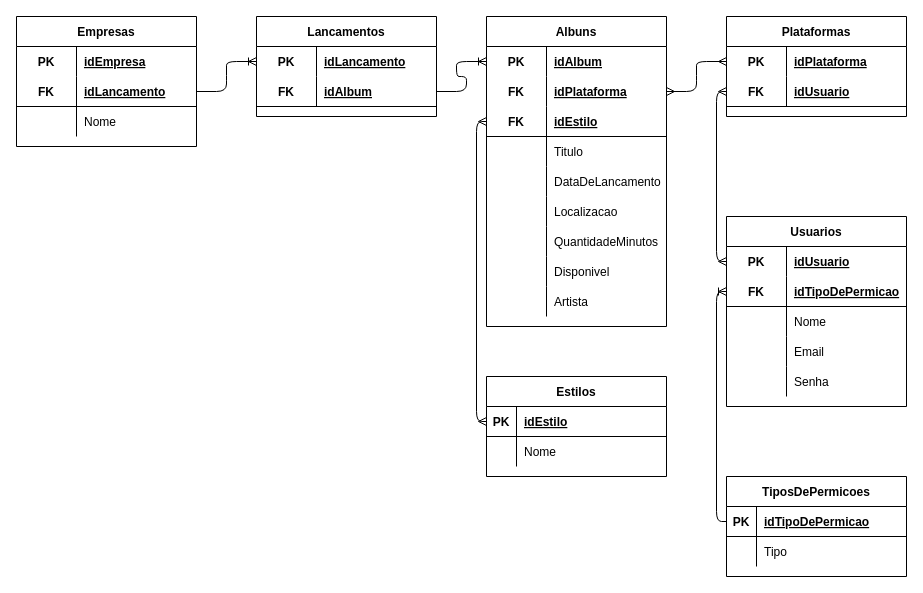
The draw.io diagram page "logico" (2 of 2) of exercicios/1.4-exercicio-optus/1.4-exercicio-optus.drawio in Pedro-B-Alves/senai_sprint1_bd, before the edit. Source tidied: cells renumbered, new cells numbered last; positions are measured from the earlier drawing's top-left corner, leaving out a move shared by most shapes. Both pictures are drawn from the tidied source at 100%, with x=0, y=0 at pixel (16, 16).
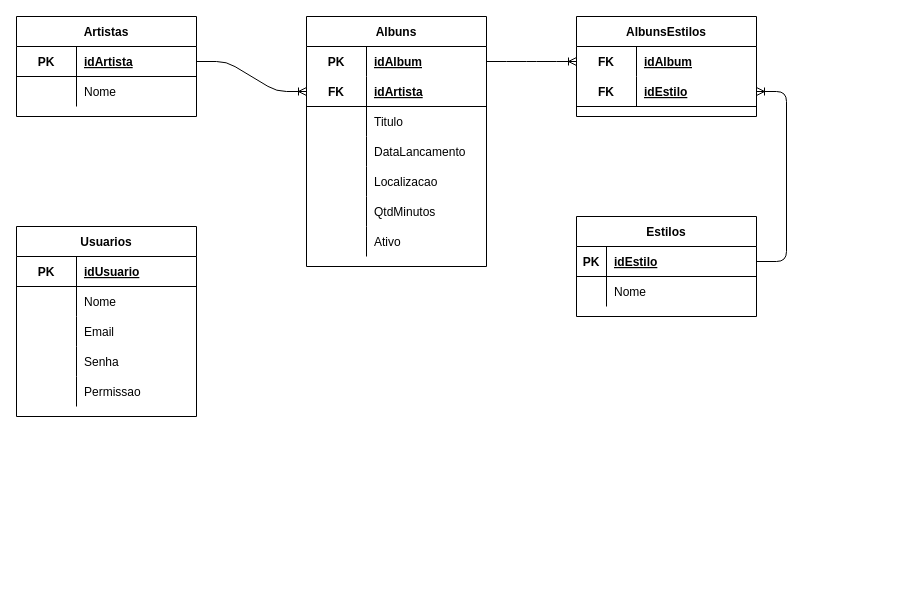
The same page after the edit.

Unchanged cells that the change refers to:
```xml
<mxCell id="21" style="shape=partialRectangle;fillColor=none;top=0;left=0;bottom=0;right=0;points=[[0,0.5],[1,0.5]];portConstraint=eastwest;" parent="20" vertex="1">
  <mxGeometry y="30" width="180" height="30" as="geometry" />
</mxCell>
<mxCell id="50" style="shape=partialRectangle;fillColor=none;top=0;left=0;bottom=1;right=0;points=[[0,0.5],[1,0.5]];portConstraint=eastwest;" parent="49" vertex="1">
  <mxGeometry y="30" width="180" height="30" as="geometry" />
</mxCell>
<mxCell id="58" style="shape=partialRectangle;fillColor=none;top=0;left=0;bottom=0;right=0;points=[[0,0.5],[1,0.5]];portConstraint=eastwest;" parent="57" vertex="1">
  <mxGeometry y="30" width="180" height="30" as="geometry" />
</mxCell>
<mxCell id="61" style="shape=partialRectangle;fillColor=none;top=0;left=0;bottom=1;right=0;points=[[0,0.5],[1,0.5]];portConstraint=eastwest;" parent="57" vertex="1">
  <mxGeometry y="60" width="180" height="30" as="geometry" />
</mxCell>
```

Diff of the diagram source:
```diff
@@
-    <mxCell id="2" value="Empresas" style="shape=table;startSize=30;childLayout=tableLayout;rowLines=0;fontStyle=1;align=center;" parent="1" vertex="1">
-      <mxGeometry width="180" height="130" as="geometry" />
+    <mxCell id="2" value="Artistas" style="shape=table;startSize=30;childLayout=tableLayout;rowLines=0;fontStyle=1;align=center;" parent="1" vertex="1">
+      <mxGeometry width="180" height="100" as="geometry" />
     </mxCell>
-    <mxCell id="3" style="shape=partialRectangle;fillColor=none;top=0;left=0;bottom=0;right=0;" parent="2" vertex="1">
-      <mxGeometry y="30" width="180" height="30" as="geometry" />
-    </mxCell>
-    <mxCell id="4" value="PK" style="shape=partialRectangle;fillColor=none;top=0;left=0;bottom=0;right=0;fontStyle=1;overflow=hidden;" parent="3" vertex="1">
-      <mxGeometry width="60" height="30" as="geometry" />
-    </mxCell>
-    <mxCell id="5" value="idEmpresa" style="shape=partialRectangle;fillColor=none;top=0;left=0;bottom=0;right=0;align=left;spacingLeft=6;fontStyle=5;overflow=hidden;" parent="3" vertex="1">
-      <mxGeometry x="60" width="120" height="30" as="geometry" />
-    </mxCell>
     <mxCell id="6" style="shape=partialRectangle;fillColor=none;top=0;left=0;bottom=1;right=0;points=[[0,0.5],[1,0.5]];portConstraint=eastwest;" parent="2" vertex="1">
-      <mxGeometry y="60" width="180" height="30" as="geometry" />
+      <mxGeometry y="30" width="180" height="30" as="geometry" />
     </mxCell>
-    <mxCell id="7" value="FK" style="shape=partialRectangle;fillColor=none;top=0;left=0;bottom=0;right=0;fontStyle=1;overflow=hidden;" parent="6" vertex="1">
+    <mxCell id="7" value="PK" style="shape=partialRectangle;fillColor=none;top=0;left=0;bottom=0;right=0;fontStyle=1;overflow=hidden;" parent="6" vertex="1">
       <mxGeometry width="60" height="30" as="geometry" />
     </mxCell>
-    <mxCell id="8" value="idLancamento" style="shape=partialRectangle;fillColor=none;top=0;left=0;bottom=0;right=0;align=left;spacingLeft=6;fontStyle=5;overflow=hidden;" parent="6" vertex="1">
+    <mxCell id="8" value="idArtista" style="shape=partialRectangle;fillColor=none;top=0;left=0;bottom=0;right=0;align=left;spacingLeft=6;fontStyle=5;overflow=hidden;" parent="6" vertex="1">
       <mxGeometry x="60" width="120" height="30" as="geometry" />
     </mxCell>
     <mxCell id="9" style="shape=partialRectangle;fillColor=none;top=0;left=0;bottom=0;right=0;" parent="2" vertex="1">
-      <mxGeometry y="90" width="180" height="30" as="geometry" />
+      <mxGeometry y="60" width="180" height="30" as="geometry" />
     </mxCell>
@@
-    <mxCell id="12" value="Lancamentos" style="shape=table;startSize=30;childLayout=tableLayout;rowLines=0;fontStyle=1;align=center;" parent="1" vertex="1">
-      <mxGeometry x="240" width="180" height="100" as="geometry" />
-    </mxCell>
-    <mxCell id="13" style="shape=partialRectangle;fillColor=none;top=0;left=0;bottom=0;right=0;points=[[0,0.5],[1,0.5]];portConstraint=eastwest;" parent="12" vertex="1">
-      <mxGeometry y="30" width="180" height="30" as="geometry" />
-    </mxCell>
-    <mxCell id="14" value="PK" style="shape=partialRectangle;fillColor=none;top=0;left=0;bottom=0;right=0;fontStyle=1;overflow=hidden;" parent="13" vertex="1">
-      <mxGeometry width="60" height="30" as="geometry" />
-    </mxCell>
-    <mxCell id="15" value="idLancamento" style="shape=partialRectangle;fillColor=none;top=0;left=0;bottom=0;right=0;align=left;spacingLeft=6;fontStyle=5;overflow=hidden;" parent="13" vertex="1">
-      <mxGeometry x="60" width="120" height="30" as="geometry" />
-    </mxCell>
-    <mxCell id="16" style="shape=partialRectangle;fillColor=none;top=0;left=0;bottom=1;right=0;points=[[0,0.5],[1,0.5]];portConstraint=eastwest;" parent="12" vertex="1">
-      <mxGeometry y="60" width="180" height="30" as="geometry" />
-    </mxCell>
-    <mxCell id="17" value="FK" style="shape=partialRectangle;fillColor=none;top=0;left=0;bottom=0;right=0;fontStyle=1;overflow=hidden;" parent="16" vertex="1">
-      <mxGeometry width="60" height="30" as="geometry" />
-    </mxCell>
-    <mxCell id="18" value="idAlbum" style="shape=partialRectangle;fillColor=none;top=0;left=0;bottom=0;right=0;align=left;spacingLeft=6;fontStyle=5;overflow=hidden;" parent="16" vertex="1">
-      <mxGeometry x="60" width="120" height="30" as="geometry" />
-    </mxCell>
-    <mxCell id="19" style="edgeStyle=entityRelationEdgeStyle;fontSize=12;html=1;endArrow=ERoneToMany;exitX=1;exitY=0.5;exitDx=0;exitDy=0;entryX=0;entryY=0.5;entryDx=0;entryDy=0;" parent="1" edge="1" source="6" target="13">
-      <mxGeometry relative="1" as="geometry" />
-    </mxCell>
     <mxCell id="20" value="Albuns" style="shape=table;startSize=30;childLayout=tableLayout;rowLines=0;fontStyle=1;align=center;" parent="1" vertex="1">
-      <mxGeometry x="470" width="180" height="310" as="geometry" />
+      <mxGeometry x="290" width="180" height="250" as="geometry" />
     </mxCell>
@@
-    <mxCell id="24" style="shape=partialRectangle;fillColor=none;top=0;left=0;bottom=0;right=0;points=[[0,0.5],[1,0.5]];portConstraint=eastwest;" parent="20" vertex="1">
-      <mxGeometry y="60" width="180" height="30" as="geometry" />
-    </mxCell>
-    <mxCell id="25" value="FK" style="shape=partialRectangle;fillColor=none;top=0;left=0;bottom=0;right=0;fontStyle=1;overflow=hidden;" parent="24" vertex="1">
-      <mxGeometry width="60" height="30" as="geometry" />
-    </mxCell>
-    <mxCell id="26" value="idPlataforma" style="shape=partialRectangle;fillColor=none;top=0;left=0;bottom=0;right=0;align=left;spacingLeft=6;fontStyle=5;overflow=hidden;" parent="24" vertex="1">
-      <mxGeometry x="60" width="120" height="30" as="geometry" />
-    </mxCell>
     <mxCell id="27" style="shape=partialRectangle;fillColor=none;top=0;left=0;bottom=1;right=0;points=[[0,0.5],[1,0.5]];portConstraint=eastwest;" parent="20" vertex="1">
-      <mxGeometry y="90" width="180" height="30" as="geometry" />
+      <mxGeometry y="60" width="180" height="30" as="geometry" />
     </mxCell>
@@
-    <mxCell id="29" value="idEstilo" style="shape=partialRectangle;fillColor=none;top=0;left=0;bottom=0;right=0;align=left;spacingLeft=6;fontStyle=5;overflow=hidden;" parent="27" vertex="1">
+    <mxCell id="29" value="idArtista" style="shape=partialRectangle;fillColor=none;top=0;left=0;bottom=0;right=0;align=left;spacingLeft=6;fontStyle=5;overflow=hidden;" parent="27" vertex="1">
       <mxGeometry x="60" width="120" height="30" as="geometry" />
     </mxCell>
     <mxCell id="30" style="shape=partialRectangle;fillColor=none;top=0;left=0;bottom=0;right=0;" parent="20" vertex="1">
-      <mxGeometry y="120" width="180" height="30" as="geometry" />
+      <mxGeometry y="90" width="180" height="30" as="geometry" />
     </mxCell>
@@
     <mxCell id="33" style="shape=partialRectangle;fillColor=none;top=0;left=0;bottom=0;right=0;" parent="20" vertex="1">
-      <mxGeometry y="150" width="180" height="30" as="geometry" />
+      <mxGeometry y="120" width="180" height="30" as="geometry" />
     </mxCell>
@@
-    <mxCell id="35" value="DataDeLancamento" style="shape=partialRectangle;fillColor=none;top=0;left=0;bottom=0;right=0;align=left;spacingLeft=6;overflow=hidden;" parent="33" vertex="1">
+    <mxCell id="35" value="DataLancamento" style="shape=partialRectangle;fillColor=none;top=0;left=0;bottom=0;right=0;align=left;spacingLeft=6;overflow=hidden;" parent="33" vertex="1">
       <mxGeometry x="60" width="120" height="30" as="geometry" />
     </mxCell>
     <mxCell id="36" style="shape=partialRectangle;fillColor=none;top=0;left=0;bottom=0;right=0;" parent="20" vertex="1">
-      <mxGeometry y="180" width="180" height="30" as="geometry" />
+      <mxGeometry y="150" width="180" height="30" as="geometry" />
     </mxCell>
@@
     <mxCell id="39" style="shape=partialRectangle;fillColor=none;top=0;left=0;bottom=0;right=0;" parent="20" vertex="1">
-      <mxGeometry y="210" width="180" height="30" as="geometry" />
+      <mxGeometry y="180" width="180" height="30" as="geometry" />
     </mxCell>
@@
-    <mxCell id="41" value="QuantidadeMinutos" style="shape=partialRectangle;fillColor=none;top=0;left=0;bottom=0;right=0;align=left;spacingLeft=6;overflow=hidden;" parent="39" vertex="1">
+    <mxCell id="41" value="QtdMinutos" style="shape=partialRectangle;fillColor=none;top=0;left=0;bottom=0;right=0;align=left;spacingLeft=6;overflow=hidden;" parent="39" vertex="1">
       <mxGeometry x="60" width="120" height="30" as="geometry" />
     </mxCell>
     <mxCell id="42" style="shape=partialRectangle;fillColor=none;top=0;left=0;bottom=0;right=0;" parent="20" vertex="1">
-      <mxGeometry y="240" width="180" height="30" as="geometry" />
+      <mxGeometry y="210" width="180" height="30" as="geometry" />
     </mxCell>
@@
-    <mxCell id="44" value="Disponivel" style="shape=partialRectangle;fillColor=none;top=0;left=0;bottom=0;right=0;align=left;spacingLeft=6;overflow=hidden;" parent="42" vertex="1">
+    <mxCell id="44" value="Ativo" style="shape=partialRectangle;fillColor=none;top=0;left=0;bottom=0;right=0;align=left;spacingLeft=6;overflow=hidden;" parent="42" vertex="1">
       <mxGeometry x="60" width="120" height="30" as="geometry" />
     </mxCell>
-    <mxCell id="45" style="shape=partialRectangle;fillColor=none;top=0;left=0;bottom=0;right=0;" parent="20" vertex="1">
-      <mxGeometry y="270" width="180" height="30" as="geometry" />
-    </mxCell>
-    <mxCell id="46" style="shape=partialRectangle;fillColor=none;top=0;left=0;bottom=0;right=0;overflow=hidden;" parent="45" vertex="1">
-      <mxGeometry width="60" height="30" as="geometry" />
-    </mxCell>
-    <mxCell id="47" value="Artista" style="shape=partialRectangle;fillColor=none;top=0;left=0;bottom=0;right=0;align=left;spacingLeft=6;overflow=hidden;" parent="45" vertex="1">
-      <mxGeometry x="60" width="120" height="30" as="geometry" />
-    </mxCell>
-    <mxCell id="48" style="edgeStyle=entityRelationEdgeStyle;fontSize=12;html=1;endArrow=ERoneToMany;exitX=1;exitY=0.5;exitDx=0;exitDy=0;entryX=0;entryY=0.5;entryDx=0;entryDy=0;" parent="1" edge="1" source="16" target="21">
-      <mxGeometry relative="1" as="geometry" />
-    </mxCell>
     <mxCell id="49" value="Estilos" style="shape=table;startSize=30;childLayout=tableLayout;rowLines=0;fontStyle=1;align=center;" parent="1" vertex="1">
-      <mxGeometry x="470" y="360" width="180" height="100" as="geometry" />
+      <mxGeometry x="560" y="200" width="180" height="100" as="geometry" />
     </mxCell>
@@
-    <mxCell id="56" style="fontSize=12;html=1;endArrow=ERmany;startArrow=ERmany;entryX=0;entryY=0.5;entryDx=0;entryDy=0;exitX=0;exitY=0.5;exitDx=0;exitDy=0;edgeStyle=orthogonalEdgeStyle;" parent="1" edge="1" source="50" target="27">
-      <mxGeometry relative="1" as="geometry" />
-    </mxCell>
-    <mxCell id="57" value="Plataformas" style="shape=table;startSize=30;childLayout=tableLayout;rowLines=0;fontStyle=1;align=center;" parent="1" vertex="1">
-      <mxGeometry x="710" width="180" height="100" as="geometry" />
+    <mxCell id="57" value="AlbunsEstilos" style="shape=table;startSize=30;childLayout=tableLayout;rowLines=0;fontStyle=1;align=center;" parent="1" vertex="1">
+      <mxGeometry x="560" width="180" height="100" as="geometry" />
     </mxCell>
@@
-    <mxCell id="59" value="PK" style="shape=partialRectangle;fillColor=none;top=0;left=0;bottom=0;right=0;fontStyle=1;overflow=hidden;" parent="58" vertex="1">
+    <mxCell id="59" value="FK" style="shape=partialRectangle;fillColor=none;top=0;left=0;bottom=0;right=0;fontStyle=1;overflow=hidden;" parent="58" vertex="1">
       <mxGeometry width="60" height="30" as="geometry" />
     </mxCell>
-    <mxCell id="60" value="idPlataforma" style="shape=partialRectangle;fillColor=none;top=0;left=0;bottom=0;right=0;align=left;spacingLeft=6;fontStyle=5;overflow=hidden;" parent="58" vertex="1">
+    <mxCell id="60" value="idAlbum" style="shape=partialRectangle;fillColor=none;top=0;left=0;bottom=0;right=0;align=left;spacingLeft=6;fontStyle=5;overflow=hidden;" parent="58" vertex="1">
       <mxGeometry x="60" width="120" height="30" as="geometry" />
     </mxCell>
@@
-    <mxCell id="63" value="idUsuario" style="shape=partialRectangle;fillColor=none;top=0;left=0;bottom=0;right=0;align=left;spacingLeft=6;fontStyle=5;overflow=hidden;" parent="61" vertex="1">
+    <mxCell id="63" value="idEstilo" style="shape=partialRectangle;fillColor=none;top=0;left=0;bottom=0;right=0;align=left;spacingLeft=6;fontStyle=5;overflow=hidden;" parent="61" vertex="1">
       <mxGeometry x="60" width="120" height="30" as="geometry" />
     </mxCell>
-    <mxCell id="64" style="edgeStyle=entityRelationEdgeStyle;fontSize=12;html=1;endArrow=ERmany;startArrow=ERmany;exitX=1;exitY=0.5;exitDx=0;exitDy=0;entryX=0;entryY=0.5;entryDx=0;entryDy=0;" parent="1" edge="1" source="24" target="58">
-      <mxGeometry relative="1" as="geometry" />
-    </mxCell>
     <mxCell id="65" value="Usuarios" style="shape=table;startSize=30;childLayout=tableLayout;rowLines=0;fontStyle=1;align=center;" parent="1" vertex="1">
-      <mxGeometry x="710" y="200" width="180" height="190" as="geometry" />
+      <mxGeometry y="210" width="180" height="190" as="geometry" />
     </mxCell>
-    <mxCell id="66" style="shape=partialRectangle;fillColor=none;top=0;left=0;bottom=0;right=0;points=[[0,0.5],[1,0.5]];portConstraint=eastwest;" parent="65" vertex="1">
-      <mxGeometry y="30" width="180" height="30" as="geometry" />
-    </mxCell>
-    <mxCell id="67" value="PK" style="shape=partialRectangle;fillColor=none;top=0;left=0;bottom=0;right=0;fontStyle=1;overflow=hidden;" parent="66" vertex="1">
-      <mxGeometry width="60" height="30" as="geometry" />
-    </mxCell>
-    <mxCell id="68" value="idUsuario" style="shape=partialRectangle;fillColor=none;top=0;left=0;bottom=0;right=0;align=left;spacingLeft=6;fontStyle=5;overflow=hidden;" parent="66" vertex="1">
-      <mxGeometry x="60" width="120" height="30" as="geometry" />
-    </mxCell>
     <mxCell id="69" style="shape=partialRectangle;fillColor=none;top=0;left=0;bottom=1;right=0;points=[[0,0.5],[1,0.5]];portConstraint=eastwest;" parent="65" vertex="1">
-      <mxGeometry y="60" width="180" height="30" as="geometry" />
+      <mxGeometry y="30" width="180" height="30" as="geometry" />
     </mxCell>
-    <mxCell id="70" value="FK" style="shape=partialRectangle;fillColor=none;top=0;left=0;bottom=0;right=0;fontStyle=1;overflow=hidden;" parent="69" vertex="1">
+    <mxCell id="70" value="PK" style="shape=partialRectangle;fillColor=none;top=0;left=0;bottom=0;right=0;fontStyle=1;overflow=hidden;" parent="69" vertex="1">
       <mxGeometry width="60" height="30" as="geometry" />
     </mxCell>
-    <mxCell id="71" value="idTipoDePermicao" style="shape=partialRectangle;fillColor=none;top=0;left=0;bottom=0;right=0;align=left;spacingLeft=6;fontStyle=5;overflow=hidden;" parent="69" vertex="1">
+    <mxCell id="71" value="idUsuario" style="shape=partialRectangle;fillColor=none;top=0;left=0;bottom=0;right=0;align=left;spacingLeft=6;fontStyle=5;overflow=hidden;" parent="69" vertex="1">
       <mxGeometry x="60" width="120" height="30" as="geometry" />
     </mxCell>
     <mxCell id="72" style="shape=partialRectangle;fillColor=none;top=0;left=0;bottom=0;right=0;" parent="65" vertex="1">
-      <mxGeometry y="90" width="180" height="30" as="geometry" />
+      <mxGeometry y="60" width="180" height="30" as="geometry" />
     </mxCell>
@@
     <mxCell id="75" style="shape=partialRectangle;fillColor=none;top=0;left=0;bottom=0;right=0;" parent="65" vertex="1">
-      <mxGeometry y="120" width="180" height="30" as="geometry" />
+      <mxGeometry y="90" width="180" height="30" as="geometry" />
     </mxCell>
@@
     <mxCell id="78" style="shape=partialRectangle;fillColor=none;top=0;left=0;bottom=0;right=0;" parent="65" vertex="1">
-      <mxGeometry y="150" width="180" height="30" as="geometry" />
+      <mxGeometry y="120" width="180" height="30" as="geometry" />
     </mxCell>
@@
-    <mxCell id="81" style="fontSize=12;html=1;endArrow=ERmany;startArrow=ERmany;entryX=0;entryY=0.5;entryDx=0;entryDy=0;exitX=0;exitY=0.5;exitDx=0;exitDy=0;edgeStyle=orthogonalEdgeStyle;" parent="1" edge="1" source="66" target="61">
-      <mxGeometry relative="1" as="geometry" />
-    </mxCell>
-    <mxCell id="82" value="TiposDePermicoes" style="shape=table;startSize=30;childLayout=tableLayout;rowLines=0;fontStyle=1;align=center;" parent="1" vertex="1">
-      <mxGeometry x="710" y="460" width="180" height="100" as="geometry" />
-    </mxCell>
-    <mxCell id="83" style="shape=partialRectangle;fillColor=none;top=0;left=0;bottom=1;right=0;points=[[0,0.5],[1,0.5]];portConstraint=eastwest;" parent="82" vertex="1">
-      <mxGeometry y="30" width="180" height="30" as="geometry" />
-    </mxCell>
-    <mxCell id="84" value="PK" style="shape=partialRectangle;fillColor=none;top=0;left=0;bottom=0;right=0;fontStyle=1;overflow=hidden;" parent="83" vertex="1">
-      <mxGeometry width="30" height="30" as="geometry" />
-    </mxCell>
-    <mxCell id="85" value="idTipoDePermicao" style="shape=partialRectangle;fillColor=none;top=0;left=0;bottom=0;right=0;align=left;spacingLeft=6;fontStyle=5;overflow=hidden;" parent="83" vertex="1">
-      <mxGeometry x="30" width="150" height="30" as="geometry" />
-    </mxCell>
-    <mxCell id="86" style="shape=partialRectangle;fillColor=none;top=0;left=0;bottom=0;right=0;" parent="82" vertex="1">
-      <mxGeometry y="60" width="180" height="30" as="geometry" />
-    </mxCell>
-    <mxCell id="87" style="shape=partialRectangle;fillColor=none;top=0;left=0;bottom=0;right=0;overflow=hidden;" parent="86" vertex="1">
-      <mxGeometry width="30" height="30" as="geometry" />
-    </mxCell>
-    <mxCell id="88" value="Tipo" style="shape=partialRectangle;fillColor=none;top=0;left=0;bottom=0;right=0;align=left;spacingLeft=6;overflow=hidden;" parent="86" vertex="1">
-      <mxGeometry x="30" width="150" height="30" as="geometry" />
-    </mxCell>
-    <mxCell id="89" style="fontSize=12;html=1;endArrow=ERoneToMany;exitX=0;exitY=0.5;exitDx=0;exitDy=0;entryX=0;entryY=0.5;entryDx=0;entryDy=0;edgeStyle=orthogonalEdgeStyle;" parent="1" edge="1" source="83" target="69">
-      <mxGeometry relative="1" as="geometry" />
-    </mxCell>
+    <mxCell id="90" style="shape=partialRectangle;fillColor=none;top=0;left=0;bottom=0;right=0;" parent="65" vertex="1">
+      <mxGeometry y="150" width="180" height="30" as="geometry" />
+    </mxCell>
+    <mxCell id="46" style="shape=partialRectangle;fillColor=none;top=0;left=0;bottom=0;right=0;overflow=hidden;" parent="90" vertex="1">
+      <mxGeometry width="60" height="30" as="geometry" />
+    </mxCell>
+    <mxCell id="91" value="Permissao" style="shape=partialRectangle;fillColor=none;top=0;left=0;bottom=0;right=0;align=left;spacingLeft=6;overflow=hidden;" parent="90" vertex="1">
+      <mxGeometry x="60" width="120" height="30" as="geometry" />
+    </mxCell>
+    <mxCell id="92" style="edgeStyle=entityRelationEdgeStyle;fontSize=12;html=1;endArrow=ERoneToMany;exitX=1;exitY=0.5;exitDx=0;exitDy=0;entryX=0;entryY=0.5;entryDx=0;entryDy=0;" parent="1" edge="1" source="6" target="27">
+      <mxGeometry relative="1" as="geometry" />
+    </mxCell>
+    <mxCell id="93" style="edgeStyle=entityRelationEdgeStyle;fontSize=12;html=1;endArrow=ERoneToMany;exitX=1;exitY=0.5;exitDx=0;exitDy=0;entryX=0;entryY=0.5;entryDx=0;entryDy=0;" parent="1" edge="1" source="21" target="58">
+      <mxGeometry relative="1" as="geometry" />
+    </mxCell>
+    <mxCell id="94" style="edgeStyle=entityRelationEdgeStyle;fontSize=12;html=1;endArrow=ERoneToMany;entryX=1;entryY=0.5;entryDx=0;entryDy=0;exitX=1;exitY=0.5;exitDx=0;exitDy=0;" parent="1" edge="1" source="50" target="61">
+      <mxGeometry relative="1" as="geometry" />
+    </mxCell>
```
